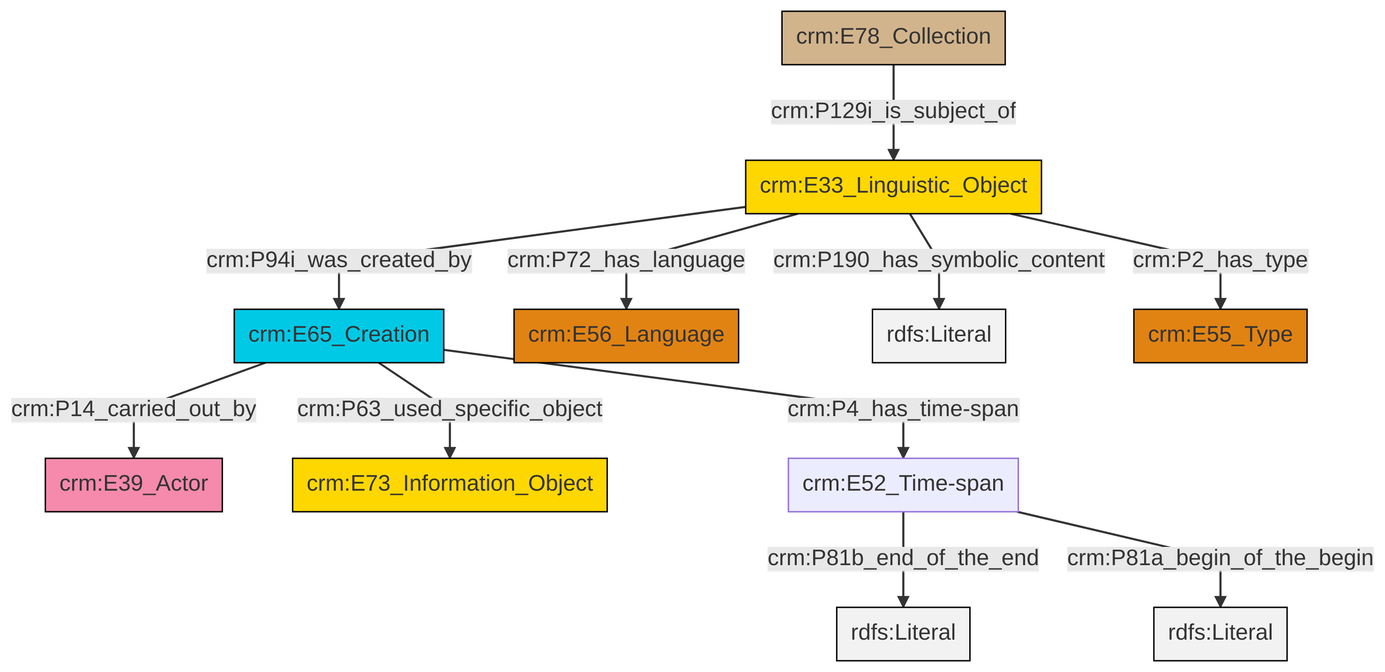
The Mermaid diagram et/archivalCSV/ttl/mmd/png/archival_desc.png in swiss-art-research-net/docs.swissartresearch, before a commit. Its source is kept beside it as et/archivalCSV/ttl/mmd/archival_desc.ttl.mmd.
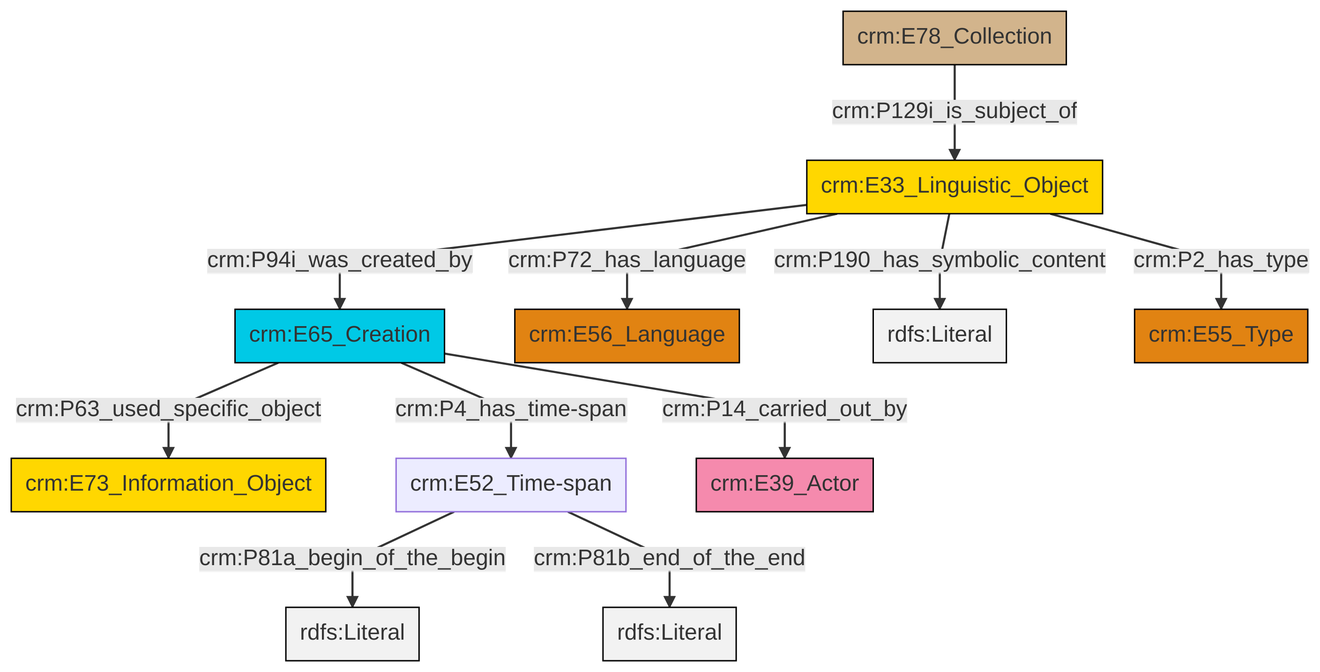
The same file after the commit.

Change to the diagram source:
```diff
@@ -13,13 +13,13 @@
 classDef PC_Classes fill:#4ce600, stroke:#000000;
 classDef Multi fill:#cccccc,stroke:#000000;
 
-0["crm:E65_Creation"]:::Temporal_Entity -->|crm:P14_carried_out_by| 1["crm:E39_Actor"]:::Actor
-0["crm:E65_Creation"]:::Temporal_Entity -->|crm:P63_used_specific_object| 2["crm:E73_Information_Object"]:::Conceptual_Object
-0["crm:E65_Creation"]:::Temporal_Entity -->|crm:P4_has_time-span| 5["crm:E52_Time-span"]:::Default
-5["crm:E52_Time-span"]:::Default -->|crm:P81b_end_of_the_end| 8[rdfs:Literal]:::Literal
-5["crm:E52_Time-span"]:::Default -->|crm:P81a_begin_of_the_begin| 13[rdfs:Literal]:::Literal
-11["crm:E33_Linguistic_Object"]:::Conceptual_Object -->|crm:P94i_was_created_by| 0["crm:E65_Creation"]:::Temporal_Entity
-14["crm:E78_Collection"]:::Physical_Thing -->|crm:P129i_is_subject_of| 11["crm:E33_Linguistic_Object"]:::Conceptual_Object
-11["crm:E33_Linguistic_Object"]:::Conceptual_Object -->|crm:P190_has_symbolic_content| 15[rdfs:Literal]:::Literal
-11["crm:E33_Linguistic_Object"]:::Conceptual_Object -->|crm:P72_has_language| 6["crm:E56_Language"]:::Type
-11["crm:E33_Linguistic_Object"]:::Conceptual_Object -->|crm:P2_has_type| 17["crm:E55_Type"]:::Type
+2["crm:E65_Creation"]:::Temporal_Entity -->|crm:P4_has_time-span| 3["crm:E52_Time-span"]:::Default
+2["crm:E65_Creation"]:::Temporal_Entity -->|crm:P14_carried_out_by| 6["crm:E39_Actor"]:::Actor
+3["crm:E52_Time-span"]:::Default -->|crm:P81a_begin_of_the_begin| 7[rdfs:Literal]:::Literal
+8["crm:E78_Collection"]:::Physical_Thing -->|crm:P129i_is_subject_of| 9["crm:E33_Linguistic_Object"]:::Conceptual_Object
+9["crm:E33_Linguistic_Object"]:::Conceptual_Object -->|crm:P72_has_language| 4["crm:E56_Language"]:::Type
+2["crm:E65_Creation"]:::Temporal_Entity -->|crm:P63_used_specific_object| 0["crm:E73_Information_Object"]:::Conceptual_Object
+9["crm:E33_Linguistic_Object"]:::Conceptual_Object -->|crm:P190_has_symbolic_content| 11[rdfs:Literal]:::Literal
+3["crm:E52_Time-span"]:::Default -->|crm:P81b_end_of_the_end| 12[rdfs:Literal]:::Literal
+9["crm:E33_Linguistic_Object"]:::Conceptual_Object -->|crm:P2_has_type| 14["crm:E55_Type"]:::Type
+9["crm:E33_Linguistic_Object"]:::Conceptual_Object -->|crm:P94i_was_created_by| 2["crm:E65_Creation"]:::Temporal_Entity
```
